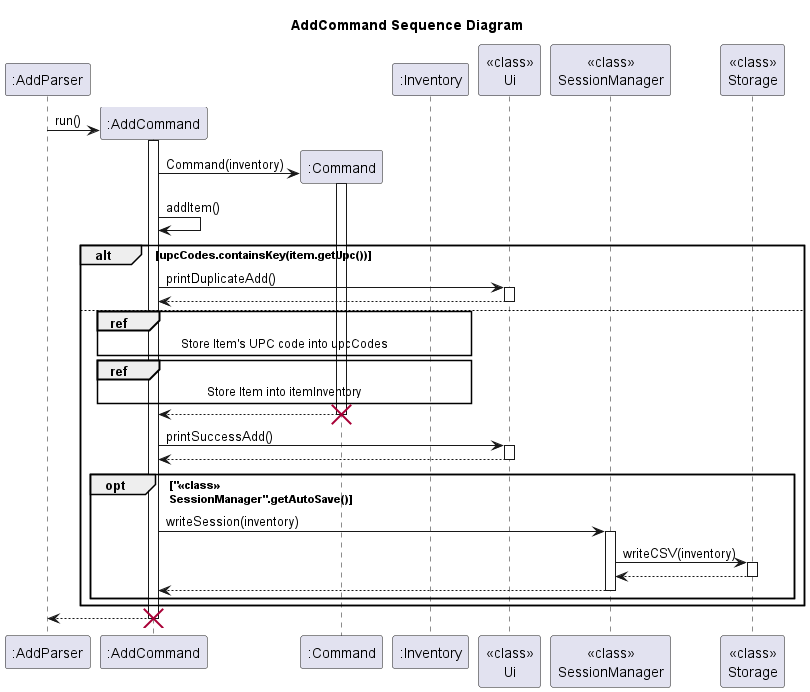
The PlantUML diagram docs/UML/Add/AddCommand.png in nus-cs2113-AY2223S2/tp, before a commit.
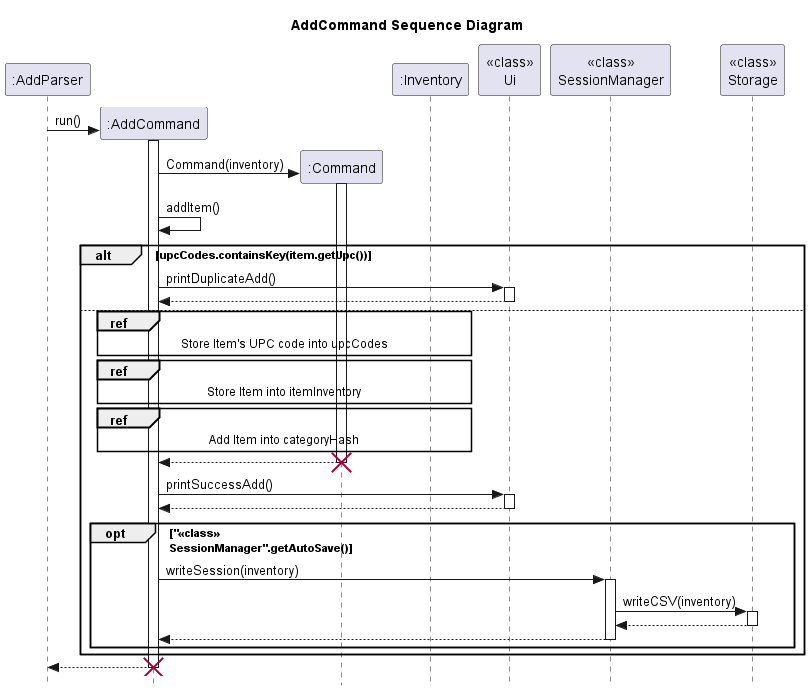
The same diagram one commit later.

What changed in the source:
```diff
@@ -1,6 +1,7 @@
 @startuml
 title AddCommand Sequence Diagram
 
+skinparam style strictuml
 participant ":AddParser"
 participant ":AddCommand"
 ":AddParser" -> ":AddCommand"**: run()
@@ -20,6 +21,7 @@
 else
 ref over ":AddCommand",":Inventory":Store Item's UPC code into upcCodes
 ref over ":AddCommand",":Inventory":Store Item into itemInventory
+ref over ":AddCommand",":Inventory":Add Item into categoryHash
 ":Command" -->":AddCommand":
 deactivate ":Command"
 destroy ":Command"
```
